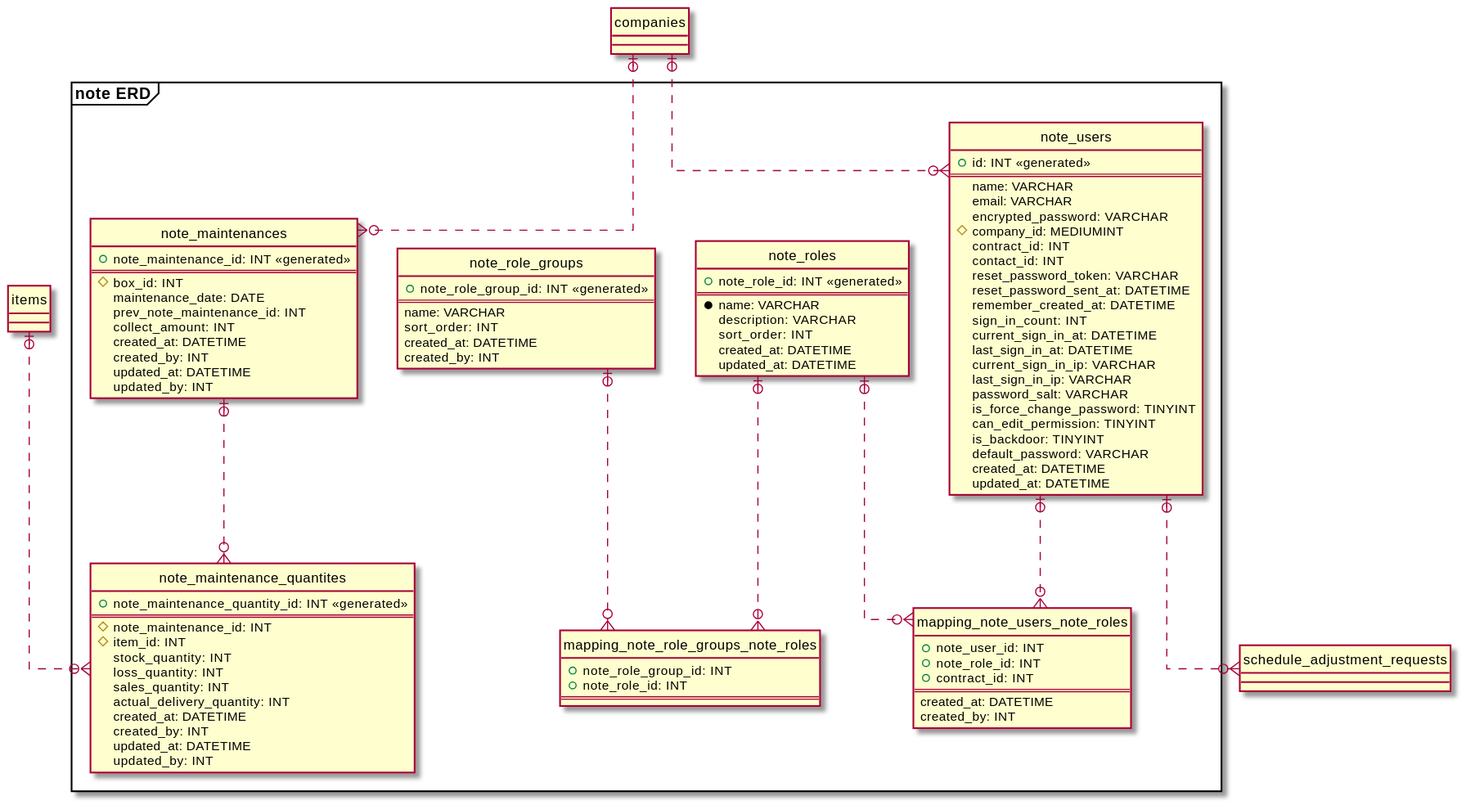
The PlantUML diagram image/svg/note_erd.svg in kim-yuchul-okan/subsystem-erd, before a commit.
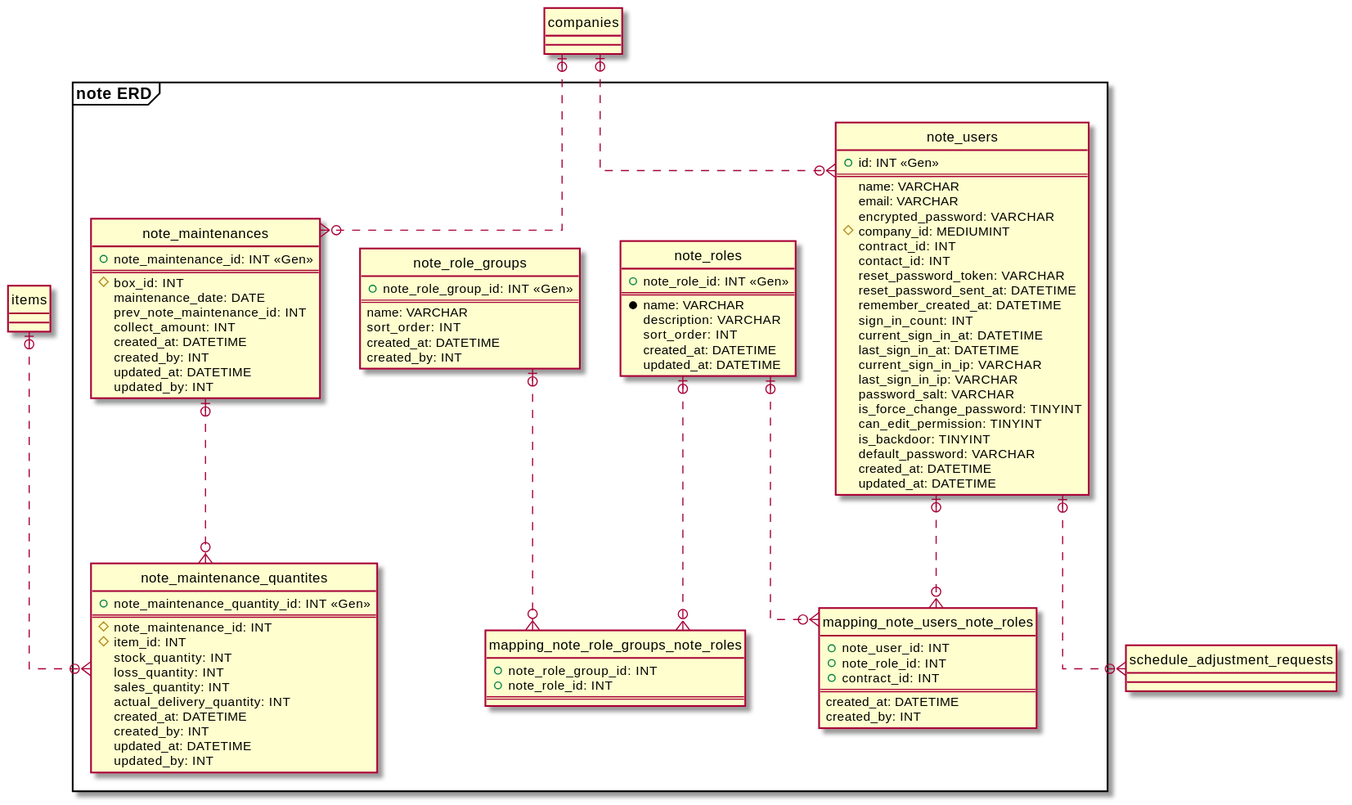
The same diagram one commit later.

The edit, as a diff of the source:
```diff
@@ -6,7 +6,7 @@
 
 frame "note ERD" {
   entity "note_maintenance_quantites" {
-    + note_maintenance_quantity_id: INT <<generated>>
+    + note_maintenance_quantity_id: INT <<Gen>>
     ==
     # note_maintenance_id: INT
     # item_id: INT
@@ -20,7 +20,7 @@
     updated_by: INT
   }
   entity "note_maintenances" {
-    + note_maintenance_id: INT <<generated>>
+    + note_maintenance_id: INT <<Gen>>
     ==
     # box_id: INT
     maintenance_date: DATE
@@ -32,7 +32,7 @@
     updated_by: INT
   }
   entity "note_role_groups" {
-    + note_role_group_id: INT <<generated>>
+    + note_role_group_id: INT <<Gen>>
     ==
     name: VARCHAR
     sort_order: INT
@@ -40,7 +40,7 @@
     created_by: INT
   }
   entity "note_roles" {
-    + note_role_id: INT <<generated>>
+    + note_role_id: INT <<Gen>>
     ==
     * name: VARCHAR
     description: VARCHAR
@@ -62,7 +62,7 @@
     created_by: INT
   }
   entity "note_users" {
-    + id: INT <<generated>>
+    + id: INT <<Gen>>
     ==
     name: VARCHAR
     email: VARCHAR
```
